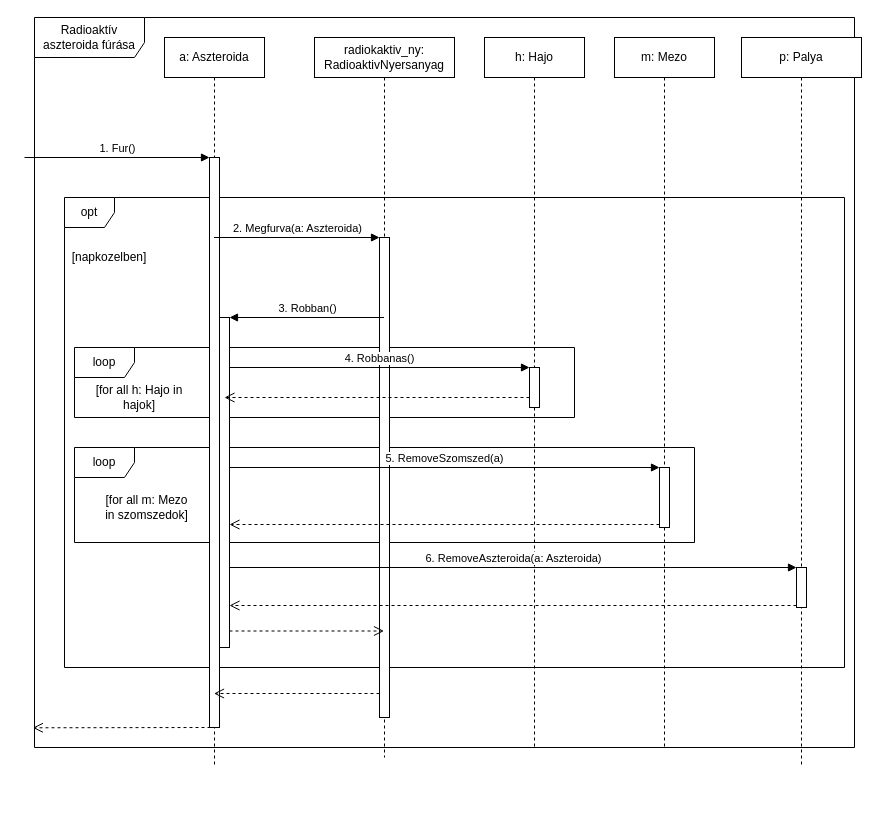
torpeBoiGo/aszteroidabanyaszat keeps this draw.io diagram as page "Page-1" (1 of 2) of doc/szekvencia/szek_AsztFurasRadioaktiv.drawio. Above is the earlier version. Source tidied: cells renumbered, new cells numbered last; positions are measured from the earlier drawing's top-left corner, leaving out a move shared by most shapes. Both pictures are drawn from the tidied source at 100%, with x=0, y=0 at pixel (24, 17).
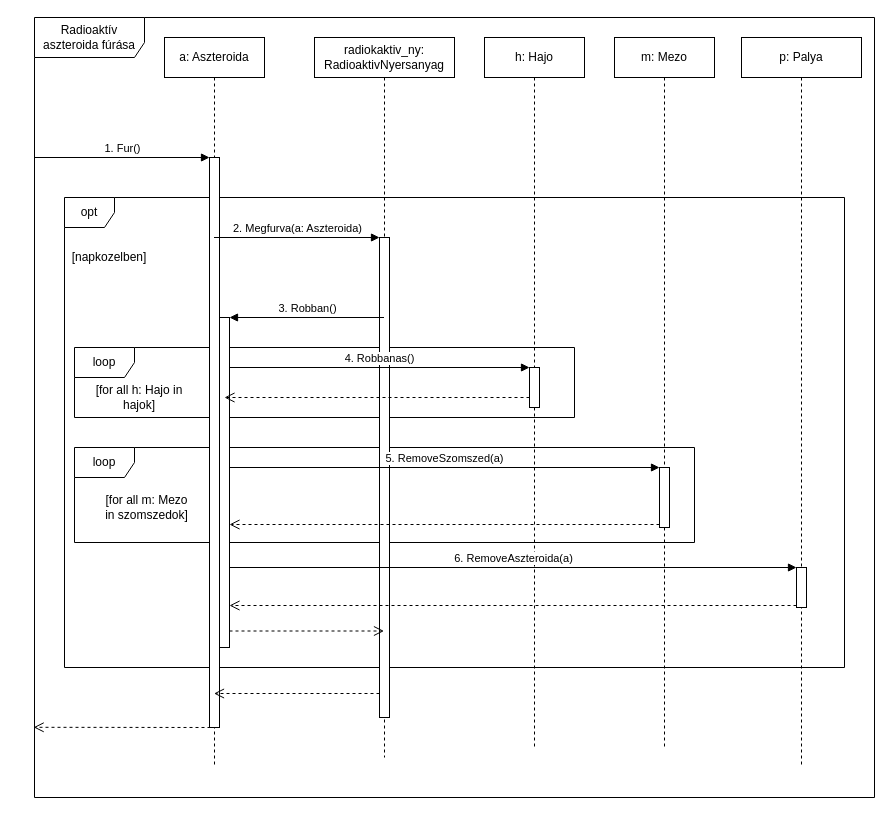
The same page after the edit.

Commit message:
Keret javítás

The change refers to these unchanged cells:
```xml
<mxCell id="6" value="a: Aszteroida" style="shape=umlLifeline;perimeter=lifelinePerimeter;whiteSpace=wrap;html=1;outlineConnect=0;" parent="1" vertex="1">
  <mxGeometry x="140" y="20" width="100" height="730" as="geometry" />
</mxCell>
<mxCell id="7" style="html=1;points=[];perimeter=orthogonalPerimeter;" parent="6" vertex="1">
  <mxGeometry x="45" y="120" width="10" height="570" as="geometry" />
</mxCell>
<mxCell id="9" style="html=1;points=[];perimeter=orthogonalPerimeter;" parent="6" vertex="1">
  <mxGeometry x="55" y="280" width="10" height="330" as="geometry" />
</mxCell>
<mxCell id="21" style="html=1;points=[];perimeter=orthogonalPerimeter;" parent="20" vertex="1">
  <mxGeometry x="55" y="530" width="10" height="40" as="geometry" />
</mxCell>
```

What changed in the source:
```diff
@@
     <mxCell id="2" value="Radioaktív aszteroida fúrása" style="shape=umlFrame;whiteSpace=wrap;html=1;width=110;height=40;" parent="1" vertex="1">
-      <mxGeometry x="10" width="820" height="730" as="geometry" />
+      <mxGeometry x="10" width="840" height="780" as="geometry" />
     </mxCell>
@@
     <mxCell id="8" value="1. Fur()" style="html=1;verticalAlign=bottom;endArrow=block;entryX=0;entryY=0;" parent="6" edge="1" target="7">
       <mxGeometry relative="1" as="geometry">
-        <mxPoint x="-140" y="120" as="sourcePoint" />
+        <mxPoint x="-130" y="120" as="sourcePoint" />
       </mxGeometry>
     </mxCell>
@@
-    <mxCell id="22" value="6. RemoveAszteroida(a: Aszteroida)" style="html=1;verticalAlign=bottom;endArrow=block;entryX=0;entryY=0;" parent="1" edge="1" source="9" target="21">
+    <mxCell id="22" value="6. RemoveAszteroida(a)" style="html=1;verticalAlign=bottom;endArrow=block;entryX=0;entryY=0;" parent="1" edge="1" source="9" target="21">
       <mxGeometry relative="1" as="geometry" />
     </mxCell>
@@
-    <mxCell id="31" style="html=1;verticalAlign=bottom;endArrow=open;dashed=1;endSize=8;exitX=0.1;exitY=1;entryX=-0.002;entryY=0.973;entryDx=0;entryDy=0;entryPerimeter=0;exitDx=0;exitDy=0;exitPerimeter=0;" parent="1" edge="1" source="7" target="2">
+    <mxCell id="31" style="html=1;verticalAlign=bottom;endArrow=open;dashed=1;endSize=8;exitX=0.1;exitY=1;entryX=-0.001;entryY=0.91;entryDx=0;entryDy=0;entryPerimeter=0;exitDx=0;exitDy=0;exitPerimeter=0;" parent="1" edge="1" source="7" target="2">
       <mxGeometry relative="1" as="geometry" />
     </mxCell>
```
